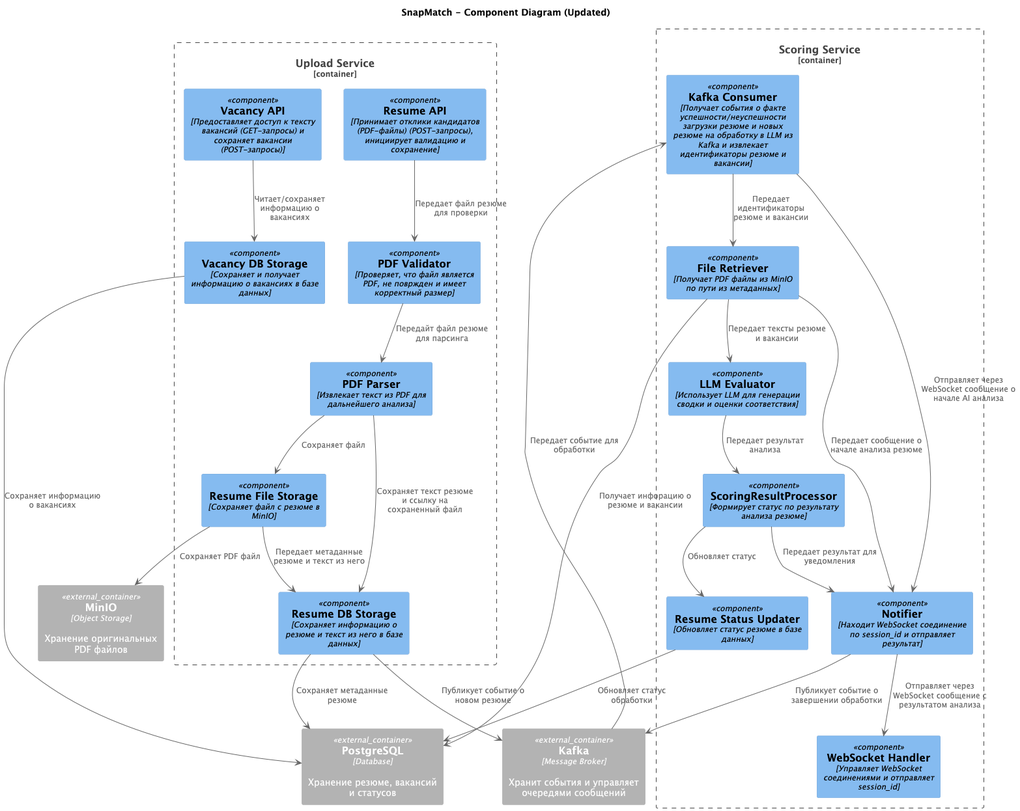
The PlantUML diagram docs/03-architecture/arch-c4-component.png in Mikhail-Z/otus-kotlin-05.25, before a commit.
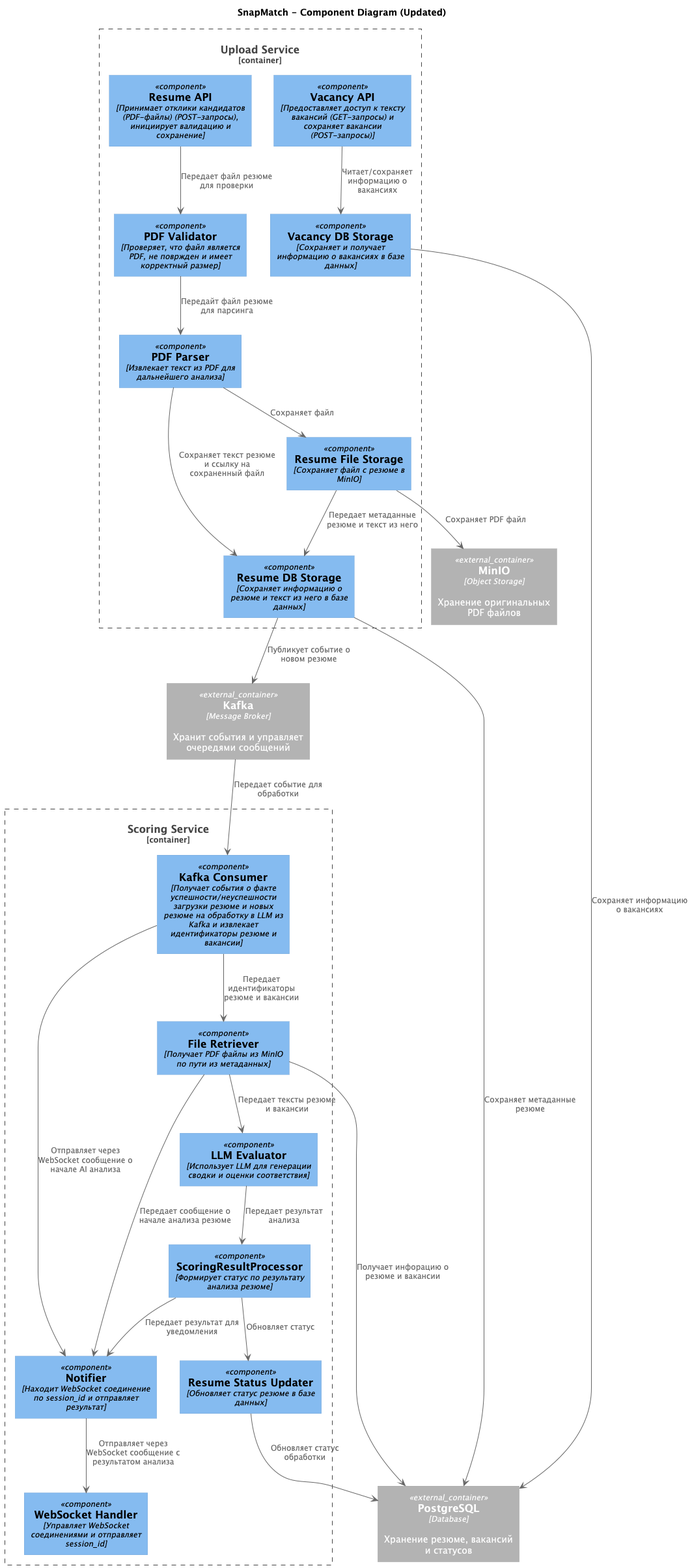
Later version of the same file.

Diff of the diagram source:
```diff
@@ -52,6 +52,4 @@
 resume_db_storage --> kafka : Публикует событие о новом резюме
 kafka --> kafka_consumer : Передает событие для обработки
 
-notifier --> kafka : Публикует событие о завершении обработки
-
 @enduml
```
